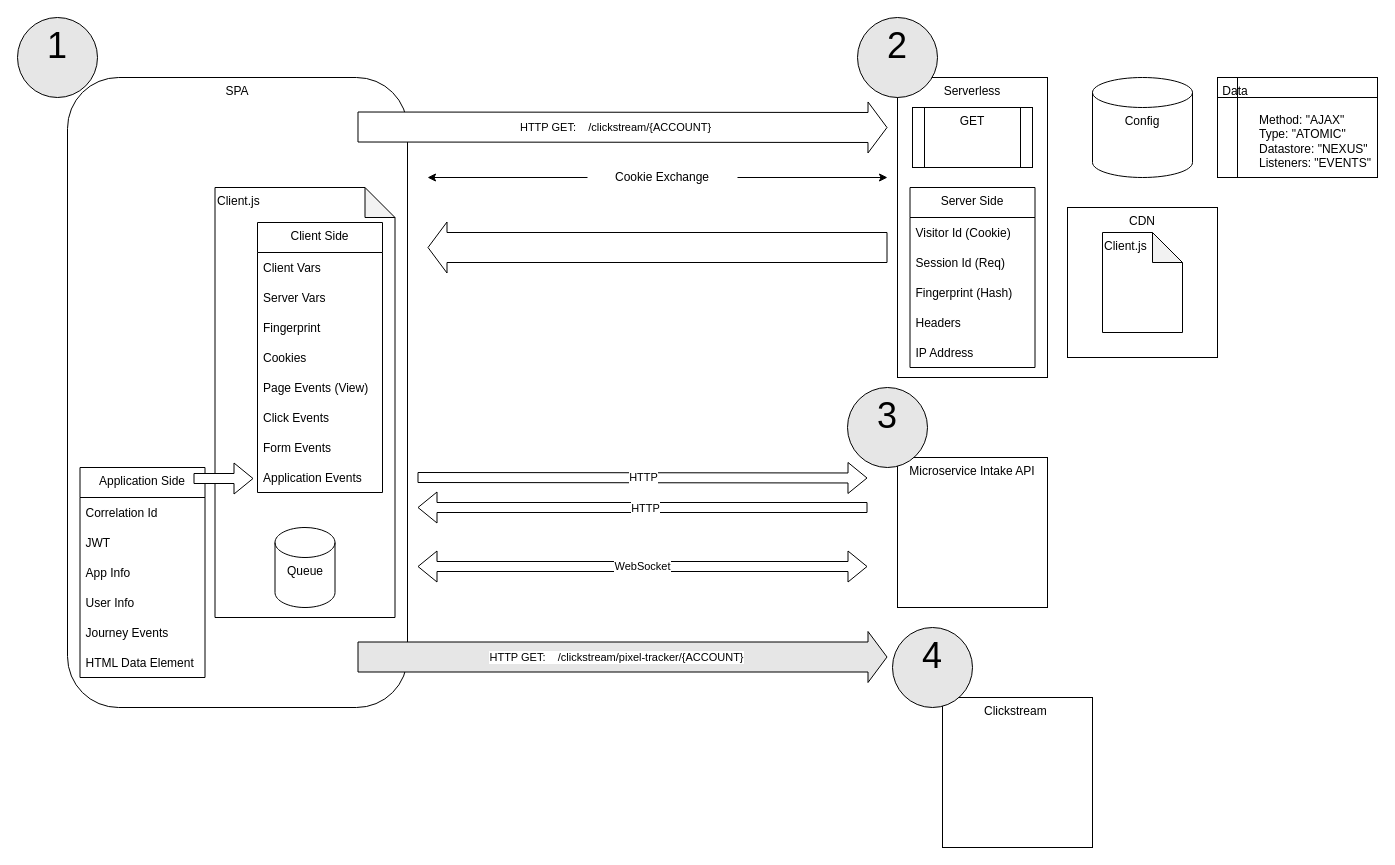
hikumealan/draw-io-diagrams keeps this draw.io diagram as Clickstream.drawio. Above is the earlier version. Source tidied: cells renumbered, new cells numbered last; positions are measured from the earlier drawing's top-left corner, leaving out a move shared by most shapes. Both pictures are drawn from the tidied source at 100%, with x=0, y=0 at pixel (17, 17).
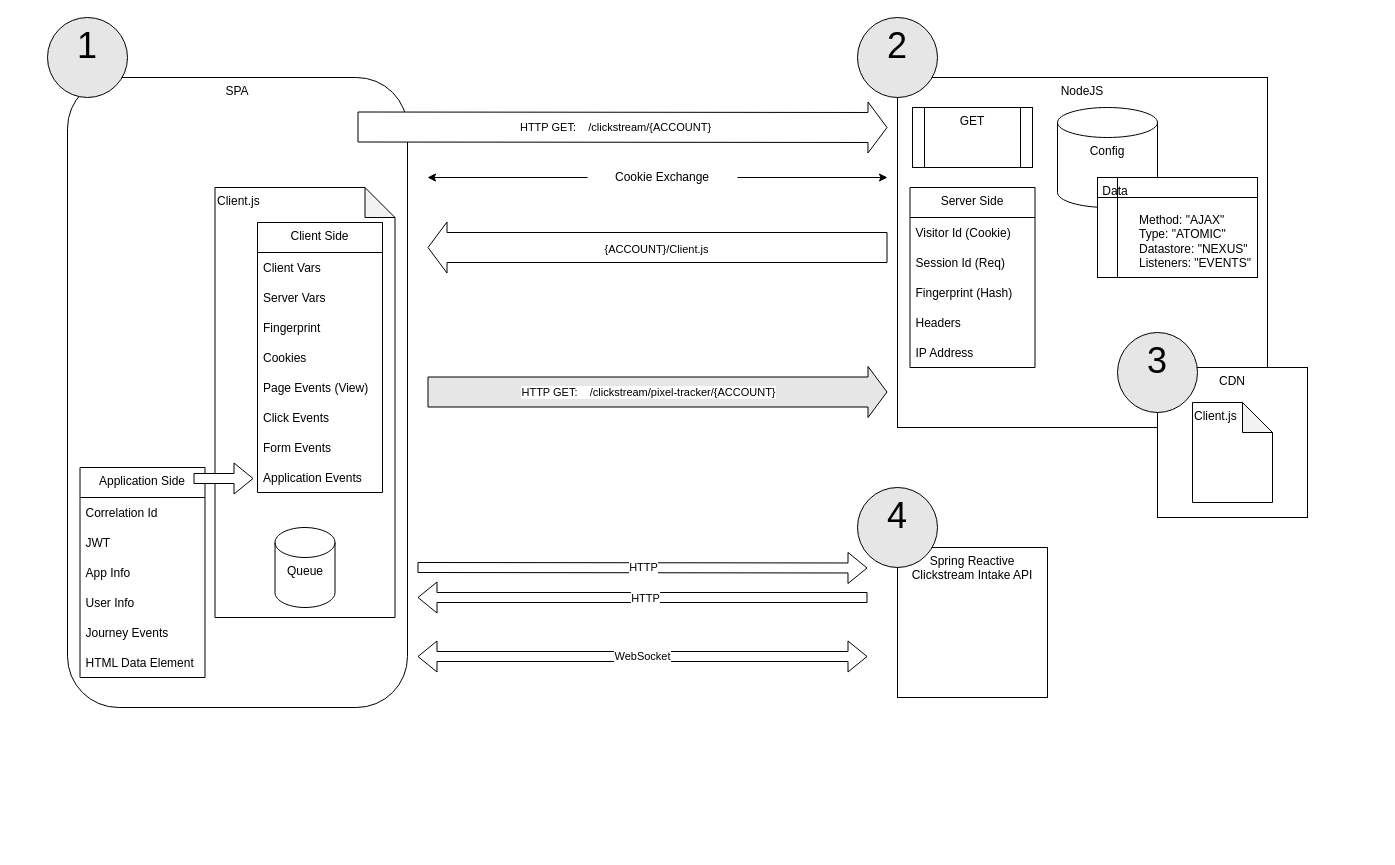
Above is the later version.

Unchanged cells that the change refers to:
```xml
<mxCell id="5" style="shape=flexArrow;endArrow=classic;html=1;width=30;fillColor=default;" parent="1" edge="1">
  <mxGeometry relative="1" as="geometry">
    <mxPoint x="870" y="230" as="sourcePoint" />
    <mxPoint x="410" y="230" as="targetPoint" />
  </mxGeometry>
</mxCell>
```

The edit, as a diff of the source:
```diff
@@
-    <mxCell id="4" value="Serverless" style="rounded=0;whiteSpace=wrap;html=1;verticalAlign=top;" parent="1" vertex="1">
-      <mxGeometry x="880" y="60" width="150" height="300" as="geometry" />
+    <mxCell id="4" value="NodeJS" style="rounded=0;whiteSpace=wrap;html=1;verticalAlign=top;" parent="1" vertex="1">
+      <mxGeometry x="880" y="60" width="370" height="350" as="geometry" />
     </mxCell>
@@
+    <mxCell id="53" value="{ACCOUNT}/Client.js" style="edgeLabel;html=1;align=center;verticalAlign=middle;" parent="5" vertex="1">
+      <mxGeometry x="0.01" y="1" relative="1" as="geometry" />
+    </mxCell>
     <mxCell id="6" value="CDN" style="rounded=0;whiteSpace=wrap;html=1;verticalAlign=top;" parent="1" vertex="1">
-      <mxGeometry x="1050" y="190" width="150" height="150" as="geometry" />
+      <mxGeometry x="1140" y="350" width="150" height="150" as="geometry" />
     </mxCell>
@@
     <mxCell id="11" value="Config" style="shape=cylinder3;whiteSpace=wrap;html=1;boundedLbl=1;backgroundOutline=1;size=15;verticalAlign=top;" parent="1" vertex="1">
-      <mxGeometry x="1075" y="60" width="100" height="100" as="geometry" />
+      <mxGeometry x="1040" y="90" width="100" height="100" as="geometry" />
     </mxCell>
     <mxCell id="12" value="Client.js" style="shape=note;whiteSpace=wrap;html=1;backgroundOutline=1;darkOpacity=0.05;verticalAlign=top;align=left;" parent="1" vertex="1">
-      <mxGeometry x="1085" y="215" width="80" height="100" as="geometry" />
+      <mxGeometry x="1175" y="385" width="80" height="100" as="geometry" />
     </mxCell>
-    <mxCell id="13" value="Microservice Intake API" style="rounded=0;whiteSpace=wrap;html=1;verticalAlign=top;" parent="1" vertex="1">
-      <mxGeometry x="880" y="440" width="150" height="150" as="geometry" />
+    <mxCell id="13" value="Spring Reactive &lt;br&gt;Clickstream Intake API" style="rounded=0;whiteSpace=wrap;html=1;verticalAlign=top;" parent="1" vertex="1">
+      <mxGeometry x="880" y="530" width="150" height="150" as="geometry" />
     </mxCell>
@@
     <mxCell id="36" value="&lt;span style=&quot;white-space: pre&quot;&gt; &lt;/span&gt;Data&lt;blockquote style=&quot;margin: 0 0 0 40px ; border: none ; padding: 0px&quot;&gt;&lt;br&gt;&lt;/blockquote&gt;&lt;blockquote style=&quot;margin: 0 0 0 40px ; border: none ; padding: 0px&quot;&gt;Method: &quot;AJAX&quot;&lt;/blockquote&gt;&lt;blockquote style=&quot;margin: 0 0 0 40px ; border: none ; padding: 0px&quot;&gt;Type: &quot;ATOMIC&quot;&lt;/blockquote&gt;&lt;blockquote style=&quot;margin: 0 0 0 40px ; border: none ; padding: 0px&quot;&gt;Datastore: &quot;NEXUS&quot;&lt;/blockquote&gt;&lt;blockquote style=&quot;margin: 0 0 0 40px ; border: none ; padding: 0px&quot;&gt;Listeners: &quot;EVENTS&quot;&lt;/blockquote&gt;" style="shape=internalStorage;whiteSpace=wrap;html=1;backgroundOutline=1;verticalAlign=top;align=left;" parent="1" vertex="1">
-      <mxGeometry x="1200" y="60" width="160" height="100" as="geometry" />
+      <mxGeometry x="1080" y="160" width="160" height="100" as="geometry" />
     </mxCell>
@@
     <mxCell id="38" style="shape=flexArrow;endArrow=classic;html=1;fillColor=default;" parent="1" edge="1">
       <mxGeometry relative="1" as="geometry">
-        <mxPoint x="400" y="460" as="sourcePoint" />
-        <mxPoint x="850" y="460.5" as="targetPoint" />
+        <mxPoint x="400" y="550" as="sourcePoint" />
+        <mxPoint x="850" y="550.5" as="targetPoint" />
       </mxGeometry>
     </mxCell>
@@
     <mxCell id="41" style="shape=flexArrow;endArrow=classic;html=1;width=30;fillColor=#E6E6E6;" parent="1" edge="1">
       <mxGeometry relative="1" as="geometry">
-        <mxPoint x="340" y="639.5" as="sourcePoint" />
-        <mxPoint x="870" y="639.5" as="targetPoint" />
+        <mxPoint x="410" y="374.5" as="sourcePoint" />
+        <mxPoint x="870" y="374.5" as="targetPoint" />
       </mxGeometry>
     </mxCell>
@@
     <mxCell id="45" value="1" style="ellipse;whiteSpace=wrap;html=1;fillColor=#E6E6E6;verticalAlign=top;fontSize=36;align=center;" parent="1" vertex="1">
-      <mxGeometry width="80" height="80" as="geometry" />
+      <mxGeometry x="30" width="80" height="80" as="geometry" />
     </mxCell>
@@
     <mxCell id="47" value="3" style="ellipse;whiteSpace=wrap;html=1;fillColor=#E6E6E6;verticalAlign=top;fontSize=36;" parent="1" vertex="1">
-      <mxGeometry x="830" y="370" width="80" height="80" as="geometry" />
+      <mxGeometry x="1100" y="315" width="80" height="80" as="geometry" />
     </mxCell>
     <mxCell id="48" value="WebSocket" style="shape=flexArrow;endArrow=classic;startArrow=classic;html=1;rounded=0;" parent="1" edge="1">
       <mxGeometry relative="1" as="geometry">
-        <mxPoint x="400" y="549" as="sourcePoint" />
-        <mxPoint x="850" y="549" as="targetPoint" />
+        <mxPoint x="400" y="639" as="sourcePoint" />
+        <mxPoint x="850" y="639" as="targetPoint" />
       </mxGeometry>
     </mxCell>
     <mxCell id="49" style="shape=flexArrow;endArrow=classic;html=1;rounded=0;" parent="1" edge="1">
       <mxGeometry relative="1" as="geometry">
-        <mxPoint x="850" y="490" as="sourcePoint" />
-        <mxPoint x="400" y="490" as="targetPoint" />
+        <mxPoint x="850" y="580" as="sourcePoint" />
+        <mxPoint x="400" y="580" as="targetPoint" />
       </mxGeometry>
     </mxCell>
@@
-    <mxCell id="51" value="Clickstream&amp;nbsp;" style="rounded=0;whiteSpace=wrap;html=1;verticalAlign=top;" parent="1" vertex="1">
-      <mxGeometry x="925" y="680" width="150" height="150" as="geometry" />
-    </mxCell>
     <mxCell id="52" value="4" style="ellipse;whiteSpace=wrap;html=1;fillColor=#E6E6E6;verticalAlign=top;fontSize=36;" parent="1" vertex="1">
-      <mxGeometry x="875" y="610" width="80" height="80" as="geometry" />
+      <mxGeometry x="840" y="470" width="80" height="80" as="geometry" />
     </mxCell>
```
